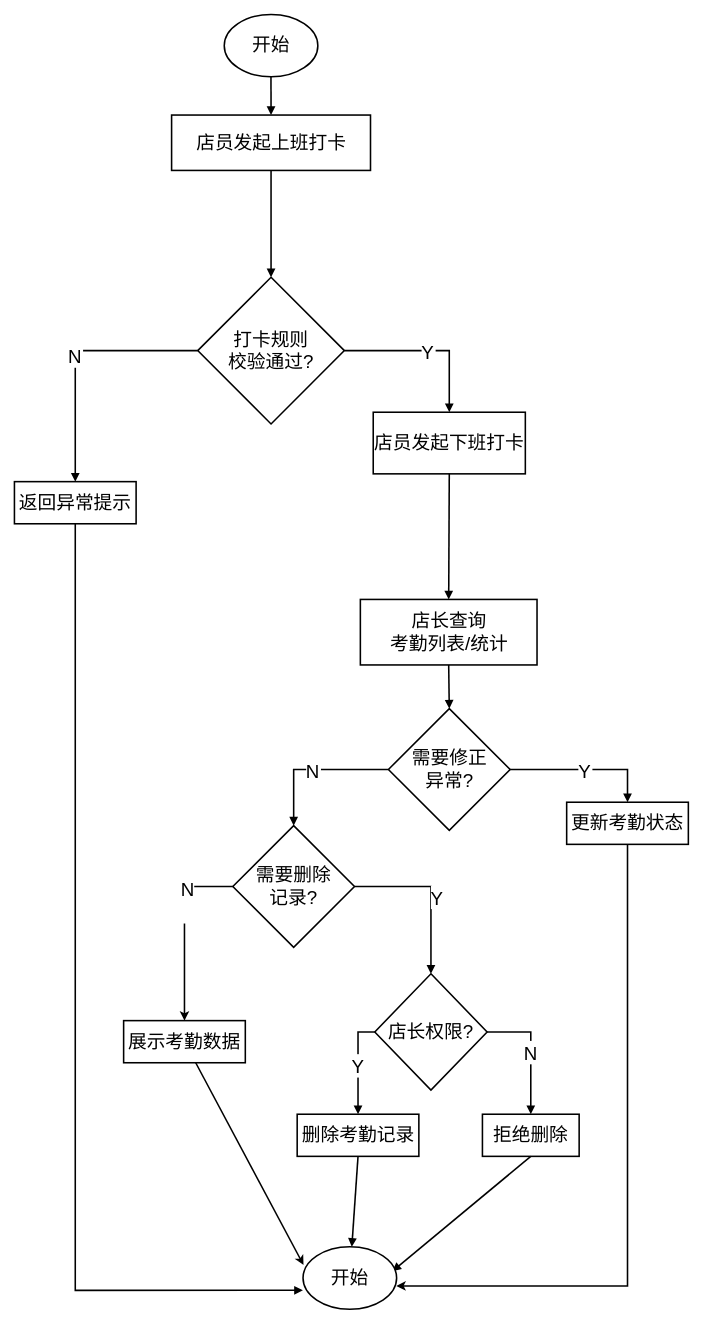
Before: 考勤信息管理功能流程图.drawio in LichCarlos/darwIo, a draw.io diagram. Source tidied: cells renumbered, new cells numbered last; positions are measured from the earlier drawing's top-left corner, leaving out a move shared by most shapes. Both pictures are drawn from the tidied source at 78%, with x=0, y=0 at pixel (14, -133).
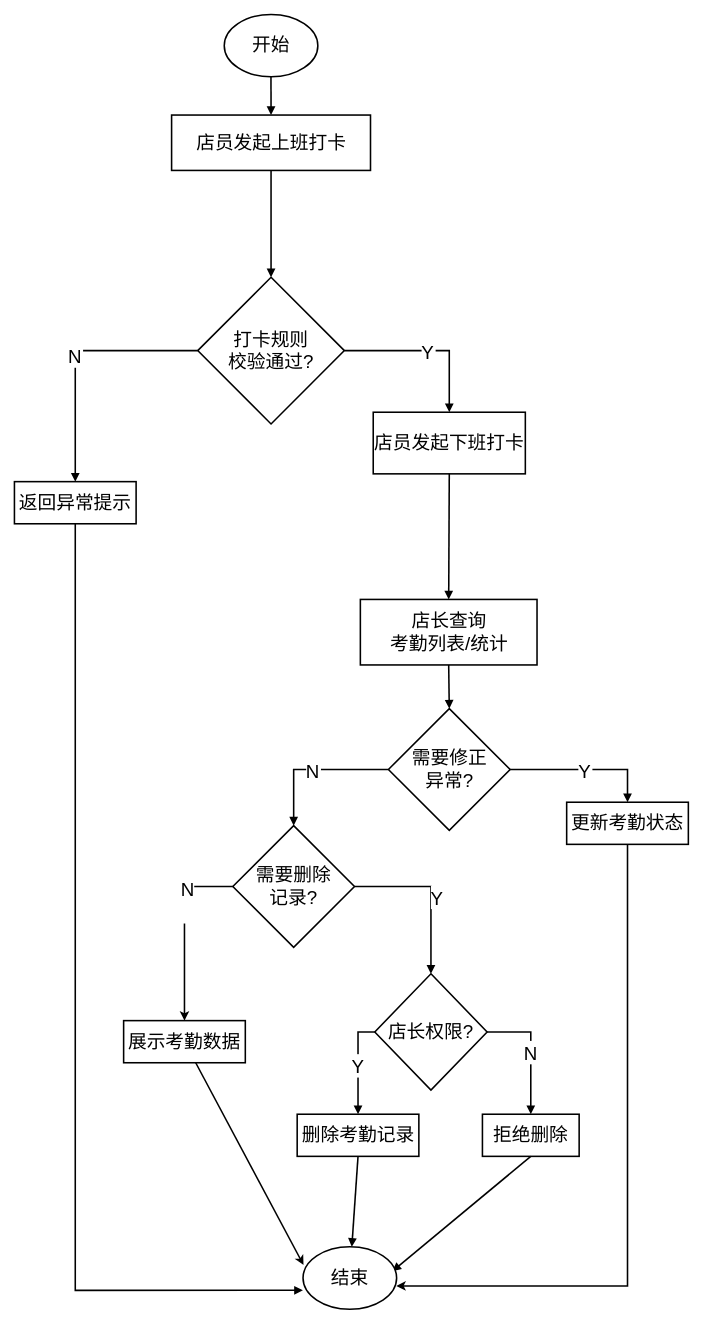
The same diagram, later.

Commit message:
更新考勤信息管理功能流程图.drawio

Diff of the diagram source:
```diff
@@
-    <mxCell id="37" value="开始" style="ellipse;whiteSpace=wrap;html=1;fontSize=24;strokeWidth=2;" parent="1" vertex="1">
+    <mxCell id="37" value="结束" style="ellipse;whiteSpace=wrap;html=1;fontSize=24;strokeWidth=2;" parent="1" vertex="1">
       <mxGeometry x="370" y="1768" width="120" height="80" as="geometry" />
     </mxCell>
```
